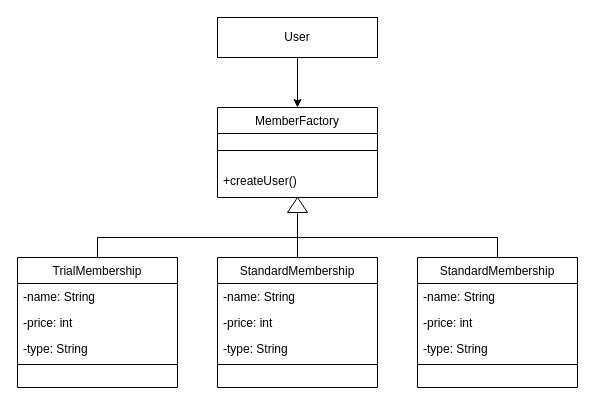
The draw.io diagram page "Factory" (2 of 5) of UML Diagrams.drawio in victor2996/Patterns, before the edit. Source tidied: cells renumbered, new cells numbered last; positions are measured from the earlier drawing's top-left corner, leaving out a move shared by most shapes. Both pictures are drawn from the tidied source at 100%, with x=0, y=0 at pixel (17, 17).
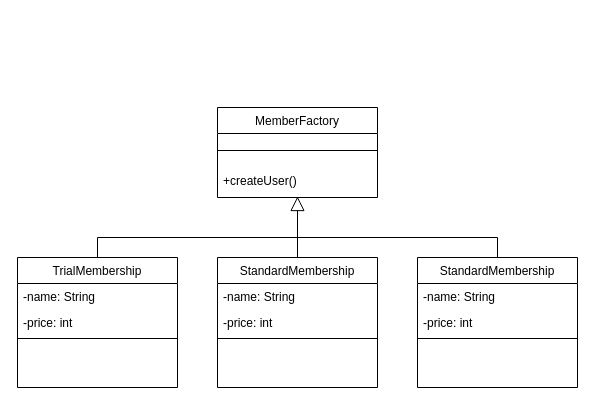
The same diagram, later.

The change refers to these unchanged cells:
```xml
<mxCell id="2" value="MemberFactory" style="swimlane;fontStyle=0;align=center;verticalAlign=top;horizontal=1;startSize=26;rounded=0;shadow=0;strokeWidth=1;" parent="1" vertex="1">
  <mxGeometry x="200" y="90" width="160" height="90" as="geometry" />
</mxCell>
<mxCell id="4" value="+createUser()" style="text;align=left;verticalAlign=top;spacingLeft=4;spacingRight=4;overflow=hidden;points=[[0,0.5],[1,0.5]];portConstraint=eastwest;" parent="2" vertex="1">
  <mxGeometry y="60" width="160" height="30" as="geometry" />
</mxCell>
<mxCell id="5" value="StandardMembership" style="swimlane;fontStyle=0;align=center;verticalAlign=top;horizontal=1;startSize=26;rounded=0;shadow=0;strokeWidth=1;" parent="1" vertex="1">
  <mxGeometry x="200" y="240" width="160" height="130" as="geometry" />
</mxCell>
<mxCell id="11" value="TrialMembership" style="swimlane;fontStyle=0;align=center;verticalAlign=top;horizontal=1;startSize=26;rounded=0;shadow=0;strokeWidth=1;" parent="1" vertex="1">
  <mxGeometry y="240" width="160" height="130" as="geometry" />
</mxCell>
<mxCell id="21" value="StandardMembership" style="swimlane;fontStyle=0;align=center;verticalAlign=top;horizontal=1;startSize=26;rounded=0;shadow=0;strokeWidth=1;" parent="1" vertex="1">
  <mxGeometry x="400" y="240" width="160" height="130" as="geometry" />
</mxCell>
```

Diff of the diagram source:
```diff
@@
-    <mxCell id="8" value="-type: String" style="text;align=left;verticalAlign=top;spacingLeft=4;spacingRight=4;overflow=hidden;" parent="5" vertex="1">
-      <mxGeometry y="78" width="160" height="26" as="geometry" />
-    </mxCell>
     <mxCell id="9" style="line;html=1;strokeWidth=1;align=left;verticalAlign=middle;spacingTop=-1;spacingLeft=3;spacingRight=3;labelPosition=right;" parent="5" vertex="1">
-      <mxGeometry y="104" width="160" height="6" as="geometry" />
+      <mxGeometry y="78" width="160" height="6" as="geometry" />
     </mxCell>
@@
-    <mxCell id="14" value="-type: String" style="text;align=left;verticalAlign=top;spacingLeft=4;spacingRight=4;overflow=hidden;" parent="11" vertex="1">
-      <mxGeometry y="78" width="160" height="26" as="geometry" />
-    </mxCell>
     <mxCell id="15" style="line;html=1;strokeWidth=1;align=left;verticalAlign=middle;spacingTop=-1;spacingLeft=3;spacingRight=3;labelPosition=right;" parent="11" vertex="1">
-      <mxGeometry y="104" width="160" height="6" as="geometry" />
+      <mxGeometry y="78" width="160" height="6" as="geometry" />
     </mxCell>
-    <mxCell id="16" style="triangle;whiteSpace=wrap;html=1;direction=north;labelBackgroundColor=none;labelBorderColor=none;" parent="1" vertex="1">
-      <mxGeometry x="270" y="180" width="20" height="15" as="geometry" />
-    </mxCell>
-    <mxCell id="17" style="endArrow=none;html=1;labelBackgroundColor=#ffffff;fontColor=#000000;entryX=0.5;entryY=0;entryDx=0;entryDy=0;exitX=0;exitY=0.5;exitDx=0;exitDy=0;" parent="1" edge="1" source="16" target="5">
-      <mxGeometry relative="1" as="geometry" />
-    </mxCell>
-    <mxCell id="18" style="rounded=0;whiteSpace=wrap;html=1;fontColor=#000000;verticalAlign=top;" parent="1" vertex="1">
-      <mxGeometry x="200" width="160" height="40" as="geometry" />
-    </mxCell>
-    <mxCell id="19" value="User" style="text;html=1;strokeColor=none;fillColor=none;align=center;verticalAlign=middle;whiteSpace=wrap;rounded=0;fontColor=#000000;" parent="1" vertex="1">
-      <mxGeometry x="260" y="10" width="40" height="20" as="geometry" />
-    </mxCell>
-    <mxCell id="20" style="endArrow=classic;html=1;labelBackgroundColor=#ffffff;fontColor=#000000;entryX=0.5;entryY=0;entryDx=0;entryDy=0;exitX=0.5;exitY=1;exitDx=0;exitDy=0;" parent="1" edge="1" source="18" target="2">
-      <mxGeometry relative="1" as="geometry" />
-    </mxCell>
@@
-    <mxCell id="24" value="-type: String" style="text;align=left;verticalAlign=top;spacingLeft=4;spacingRight=4;overflow=hidden;" parent="21" vertex="1">
-      <mxGeometry y="78" width="160" height="26" as="geometry" />
-    </mxCell>
     <mxCell id="25" style="line;html=1;strokeWidth=1;align=left;verticalAlign=middle;spacingTop=-1;spacingLeft=3;spacingRight=3;labelPosition=right;" parent="21" vertex="1">
-      <mxGeometry y="104" width="160" height="6" as="geometry" />
+      <mxGeometry y="78" width="160" height="6" as="geometry" />
     </mxCell>
+    <mxCell id="26" style="endArrow=block;endFill=0;endSize=12;html=1;exitX=0.5;exitY=0;exitDx=0;exitDy=0;entryX=0.5;entryY=0.967;entryDx=0;entryDy=0;entryPerimeter=0;" parent="1" edge="1" source="5" target="4">
+      <mxGeometry relative="1" as="geometry" />
+    </mxCell>
```
